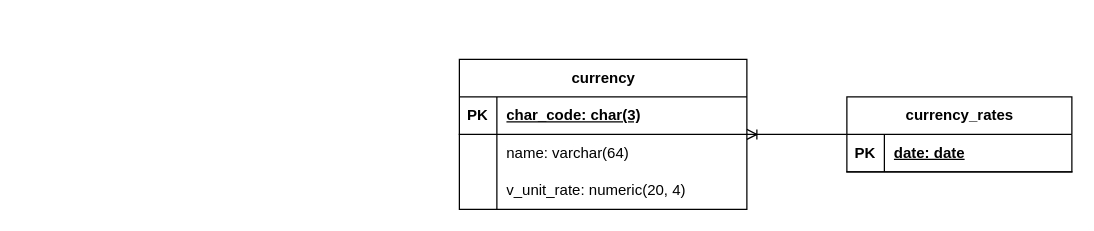
Before: CurrencyRates/docs/CbrDbScheme.drawio in alozhka/TLOnboarding, a draw.io diagram. Source tidied: cells renumbered, new cells numbered last; positions are measured from the earlier drawing's top-left corner, leaving out a move shared by most shapes. Both pictures are drawn from the tidied source at 125%, with x=0, y=0 at pixel (459, 59).
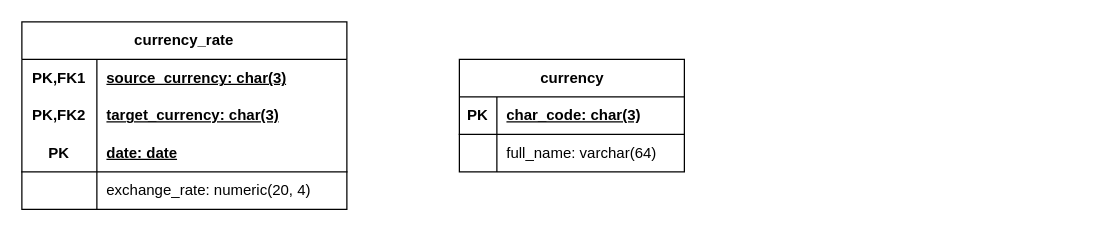
Above is the later version.

What changed in the source:
```diff
@@
-    <mxCell id="2" value="currency_rates" style="shape=table;startSize=30;childLayout=tableLayout;rowLines=0;fontStyle=1;align=center;html=1;" parent="1" vertex="1">
-      <mxGeometry x="310" y="30" width="180" height="60" as="geometry" />
-    </mxCell>
+    <mxCell id="17" value="currency_rate" style="shape=table;startSize=30;childLayout=tableLayout;rowLines=0;fontStyle=1;align=center;html=1;whiteSpace=wrap;" parent="1" vertex="1">
+      <mxGeometry x="-350" y="-30" width="260" height="150" as="geometry" />
+    </mxCell>
+    <mxCell id="18" style="shape=tableRow;horizontal=0;startSize=0;swimlaneHead=0;swimlaneBody=0;fillColor=none;top=0;left=0;right=0;bottom=0;html=1;" parent="17" vertex="1">
+      <mxGeometry y="30" width="260" height="30" as="geometry" />
+    </mxCell>
+    <mxCell id="19" value="PK,FK1" style="shape=partialRectangle;fillColor=none;top=0;left=0;bottom=0;right=0;fontStyle=1;overflow=hidden;html=1;whiteSpace=wrap;" parent="18" vertex="1">
+      <mxGeometry width="60" height="30" as="geometry" />
+    </mxCell>
+    <mxCell id="20" value="source_currency: char(3)" style="shape=partialRectangle;fillColor=none;top=0;left=0;bottom=0;right=0;align=left;spacingLeft=6;fontStyle=5;overflow=hidden;html=1;whiteSpace=wrap;" parent="18" vertex="1">
+      <mxGeometry x="60" width="200" height="30" as="geometry" />
+    </mxCell>
+    <mxCell id="21" style="shape=tableRow;horizontal=0;startSize=0;swimlaneHead=0;swimlaneBody=0;fillColor=none;top=0;left=0;right=0;bottom=0;html=1;" parent="17" vertex="1">
+      <mxGeometry y="60" width="260" height="30" as="geometry" />
+    </mxCell>
+    <mxCell id="22" value="PK,FK2" style="shape=partialRectangle;fillColor=none;top=0;left=0;bottom=0;right=0;fontStyle=1;overflow=hidden;html=1;whiteSpace=wrap;" parent="21" vertex="1">
+      <mxGeometry width="60" height="30" as="geometry" />
+    </mxCell>
+    <mxCell id="23" value="target_currency: char(3)" style="shape=partialRectangle;fillColor=none;top=0;left=0;bottom=0;right=0;align=left;spacingLeft=6;fontStyle=5;overflow=hidden;html=1;whiteSpace=wrap;" parent="21" vertex="1">
+      <mxGeometry x="60" width="200" height="30" as="geometry" />
+    </mxCell>
+    <mxCell id="24" style="shape=tableRow;horizontal=0;startSize=0;swimlaneHead=0;swimlaneBody=0;fillColor=none;top=0;left=0;right=0;bottom=1;html=1;" parent="17" vertex="1">
+      <mxGeometry y="90" width="260" height="30" as="geometry" />
+    </mxCell>
+    <mxCell id="25" value="PK" style="shape=partialRectangle;fillColor=none;top=0;left=0;bottom=0;right=0;fontStyle=1;overflow=hidden;html=1;whiteSpace=wrap;" parent="24" vertex="1">
+      <mxGeometry width="60" height="30" as="geometry" />
+    </mxCell>
+    <mxCell id="5" value="date: date" style="shape=partialRectangle;fillColor=none;top=0;left=0;bottom=0;right=0;align=left;spacingLeft=6;fontStyle=5;overflow=hidden;html=1;whiteSpace=wrap;" parent="24" vertex="1">
+      <mxGeometry x="60" width="200" height="30" as="geometry" />
+    </mxCell>
+    <mxCell id="26" style="shape=tableRow;horizontal=0;startSize=0;swimlaneHead=0;swimlaneBody=0;fillColor=none;top=0;left=0;right=0;bottom=0;html=1;" parent="17" vertex="1">
+      <mxGeometry y="120" width="260" height="30" as="geometry" />
+    </mxCell>
+    <mxCell id="27" style="shape=partialRectangle;fillColor=none;top=0;left=0;bottom=0;right=0;overflow=hidden;html=1;whiteSpace=wrap;" parent="26" vertex="1">
+      <mxGeometry width="60" height="30" as="geometry" />
+    </mxCell>
+    <mxCell id="28" value="exchange_rate: numeric(20, 4)" style="shape=partialRectangle;fillColor=none;top=0;left=0;bottom=0;right=0;align=left;spacingLeft=6;overflow=hidden;html=1;whiteSpace=wrap;" parent="26" vertex="1">
+      <mxGeometry x="60" width="200" height="30" as="geometry" />
+    </mxCell>
+    <mxCell id="6" value="currency" style="shape=table;startSize=30;childLayout=tableLayout;rowLines=0;fontStyle=1;align=center;html=1;" parent="1" vertex="1">
+      <mxGeometry width="180" height="90" as="geometry" />
+    </mxCell>
-    <mxCell id="3" style="shape=tableRow;horizontal=0;startSize=0;swimlaneHead=0;swimlaneBody=0;fillColor=none;top=0;left=0;right=0;bottom=1;" parent="2" vertex="1">
+    <mxCell id="3" style="shape=tableRow;horizontal=0;startSize=0;swimlaneHead=0;swimlaneBody=0;fillColor=none;top=0;left=0;right=0;bottom=1;" parent="6" vertex="1">
       <mxGeometry y="30" width="180" height="30" as="geometry" />
     </mxCell>
-    <mxCell id="4" value="PK" style="shape=partialRectangle;fillColor=none;top=0;left=0;bottom=0;right=0;fontStyle=1;overflow=hidden;whiteSpace=wrap;html=1;" parent="3" vertex="1">
-      <mxGeometry width="30" height="30" as="geometry" />
-    </mxCell>
-    <mxCell id="5" value="date: date" style="shape=partialRectangle;fillColor=none;top=0;left=0;bottom=0;right=0;align=left;spacingLeft=6;fontStyle=5;overflow=hidden;whiteSpace=wrap;html=1;" parent="3" vertex="1">
-      <mxGeometry x="30" width="150" height="30" as="geometry" />
-    </mxCell>
-    <mxCell id="6" value="currency" style="shape=table;startSize=30;childLayout=tableLayout;rowLines=0;fontStyle=1;align=center;html=1;" parent="1" vertex="1">
-      <mxGeometry width="230" height="120" as="geometry" />
-    </mxCell>
-    <mxCell id="7" style="shape=tableRow;horizontal=0;startSize=0;swimlaneHead=0;swimlaneBody=0;fillColor=none;top=0;left=0;right=0;bottom=1;" parent="6" vertex="1">
-      <mxGeometry y="30" width="230" height="30" as="geometry" />
-    </mxCell>
-    <mxCell id="8" value="PK" style="shape=partialRectangle;fillColor=none;top=0;left=0;bottom=0;right=0;fontStyle=1;overflow=hidden;whiteSpace=wrap;html=1;" parent="7" vertex="1">
-      <mxGeometry width="30" height="30" as="geometry" />
-    </mxCell>
+    <mxCell id="29" value="PK" style="shape=partialRectangle;fillColor=none;top=0;left=0;bottom=0;right=0;fontStyle=1;overflow=hidden;whiteSpace=wrap;html=1;" parent="3" vertex="1">
+      <mxGeometry width="30" height="30" as="geometry" />
+    </mxCell>
-    <mxCell id="9" value="char_code: char(3)" style="shape=partialRectangle;fillColor=none;top=0;left=0;bottom=0;right=0;align=left;spacingLeft=6;fontStyle=5;overflow=hidden;whiteSpace=wrap;html=1;" parent="7" vertex="1">
-      <mxGeometry x="30" width="200" height="30" as="geometry" />
+    <mxCell id="9" value="char_code: char(3)" style="shape=partialRectangle;fillColor=none;top=0;left=0;bottom=0;right=0;align=left;spacingLeft=6;fontStyle=5;overflow=hidden;whiteSpace=wrap;html=1;" parent="3" vertex="1">
+      <mxGeometry x="30" width="150" height="30" as="geometry" />
     </mxCell>
-    <mxCell id="10" style="shape=tableRow;horizontal=0;startSize=0;swimlaneHead=0;swimlaneBody=0;fillColor=none;top=0;left=0;right=0;bottom=0;" parent="6" vertex="1">
-      <mxGeometry y="60" width="230" height="30" as="geometry" />
-    </mxCell>
-    <mxCell id="11" style="shape=partialRectangle;fillColor=none;top=0;left=0;bottom=0;right=0;overflow=hidden;whiteSpace=wrap;html=1;" parent="10" vertex="1">
-      <mxGeometry width="30" height="30" as="geometry" />
-    </mxCell>
-    <mxCell id="12" value="name: varchar(64)" style="shape=partialRectangle;fillColor=none;top=0;left=0;bottom=0;right=0;align=left;spacingLeft=6;overflow=hidden;whiteSpace=wrap;html=1;" parent="10" vertex="1">
-      <mxGeometry x="30" width="200" height="30" as="geometry" />
-    </mxCell>
-    <mxCell id="13" style="shape=tableRow;horizontal=0;startSize=0;swimlaneHead=0;swimlaneBody=0;fillColor=none;top=0;left=0;right=0;bottom=0;" parent="6" vertex="1">
-      <mxGeometry y="90" width="230" height="30" as="geometry" />
-    </mxCell>
-    <mxCell id="14" style="shape=partialRectangle;fillColor=none;top=0;left=0;bottom=0;right=0;overflow=hidden;whiteSpace=wrap;html=1;" parent="13" vertex="1">
-      <mxGeometry width="30" height="30" as="geometry" />
-    </mxCell>
-    <mxCell id="15" value="v_unit_rate: numeric(20, 4)" style="shape=partialRectangle;fillColor=none;top=0;left=0;bottom=0;right=0;align=left;spacingLeft=6;overflow=hidden;whiteSpace=wrap;html=1;" parent="13" vertex="1">
-      <mxGeometry x="30" width="200" height="30" as="geometry" />
-    </mxCell>
-    <mxCell id="16" style="edgeStyle=entityRelationEdgeStyle;fontSize=12;html=1;endArrow=ERoneToMany;rounded=0;" parent="1" edge="1" source="2" target="6">
-      <mxGeometry relative="1" as="geometry" />
-    </mxCell>
+    <mxCell id="30" style="shape=tableRow;horizontal=0;startSize=0;swimlaneHead=0;swimlaneBody=0;fillColor=none;top=0;left=0;right=0;bottom=0;" parent="6" vertex="1">
+      <mxGeometry y="60" width="180" height="30" as="geometry" />
+    </mxCell>
+    <mxCell id="31" style="shape=partialRectangle;fillColor=none;top=0;left=0;bottom=0;right=0;overflow=hidden;whiteSpace=wrap;html=1;" parent="30" vertex="1">
+      <mxGeometry width="30" height="30" as="geometry" />
+    </mxCell>
+    <mxCell id="32" value="full_name: varchar(64)" style="shape=partialRectangle;fillColor=none;top=0;left=0;bottom=0;right=0;align=left;spacingLeft=6;overflow=hidden;whiteSpace=wrap;html=1;" parent="30" vertex="1">
+      <mxGeometry x="30" width="150" height="30" as="geometry" />
+    </mxCell>
```
